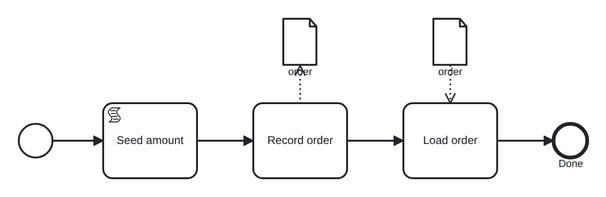
This is conformance/catalog/diagrams/data-object.png from pblumer/atlas, a BPMN export, as it was before one commit. Its source is kept beside it as conformance/models/data-object.bpmn. Ids are renumbered.
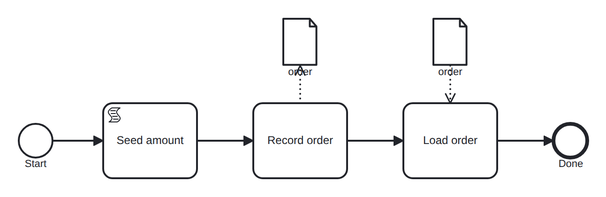
The same file after the commit.

Change to the diagram source:
```diff
@@ -26,7 +26,7 @@
       <dataState name="approved"/>
     </dataObjectReference>
     <dataObjectReference id="Ref_read" name="order" dataObjectRef="DO_order"/>
-    <startEvent id="start"/>
+    <startEvent id="start" name="Start"/>
     <scriptTask id="seed" name="Seed amount">
       <extensionElements>
         <zeebe:script expression="= 100" resultVariable="amount"/>
```
